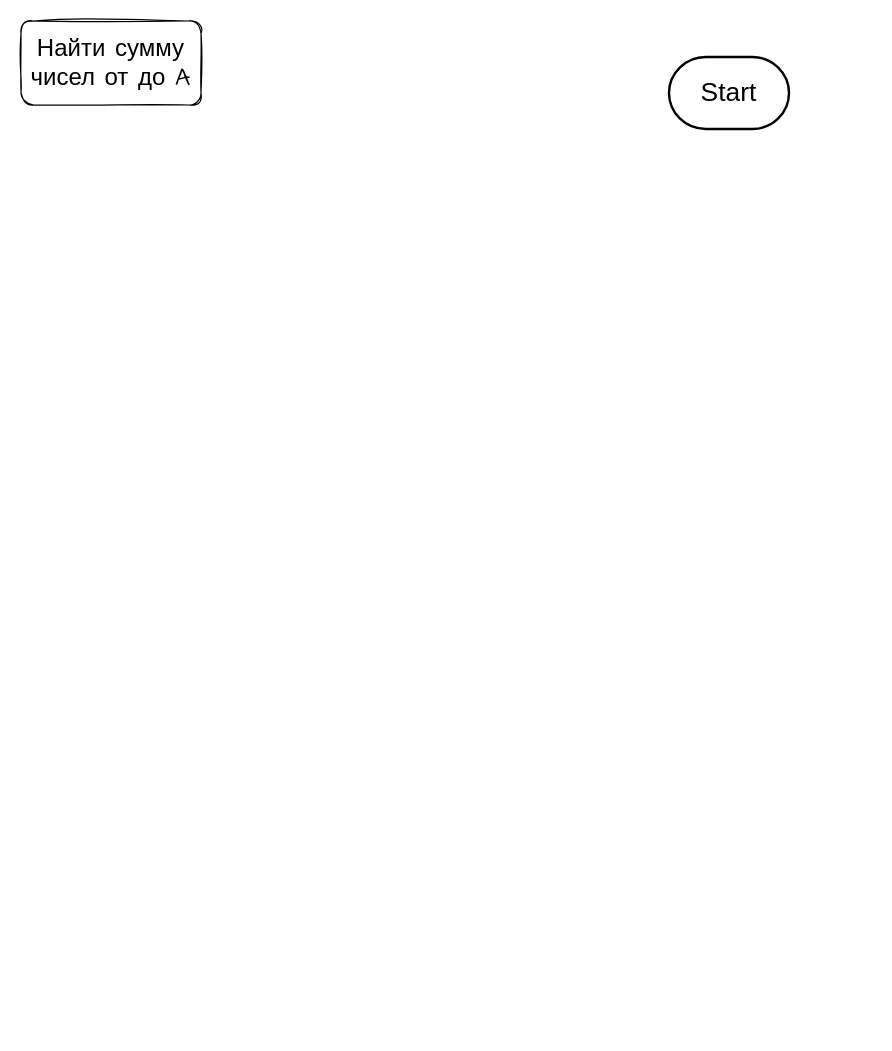
Earlier version of the draw.io diagram Task25FindSumNumbersFrom1ToA/flowchart.drawio (Fostix/LoLTasks). Source tidied: cells renumbered, new cells numbered last; positions are measured from the earlier drawing's top-left corner, leaving out a move shared by most shapes. Both pictures are drawn from the tidied source at 120%, with x=0, y=0 at pixel (20, 20).
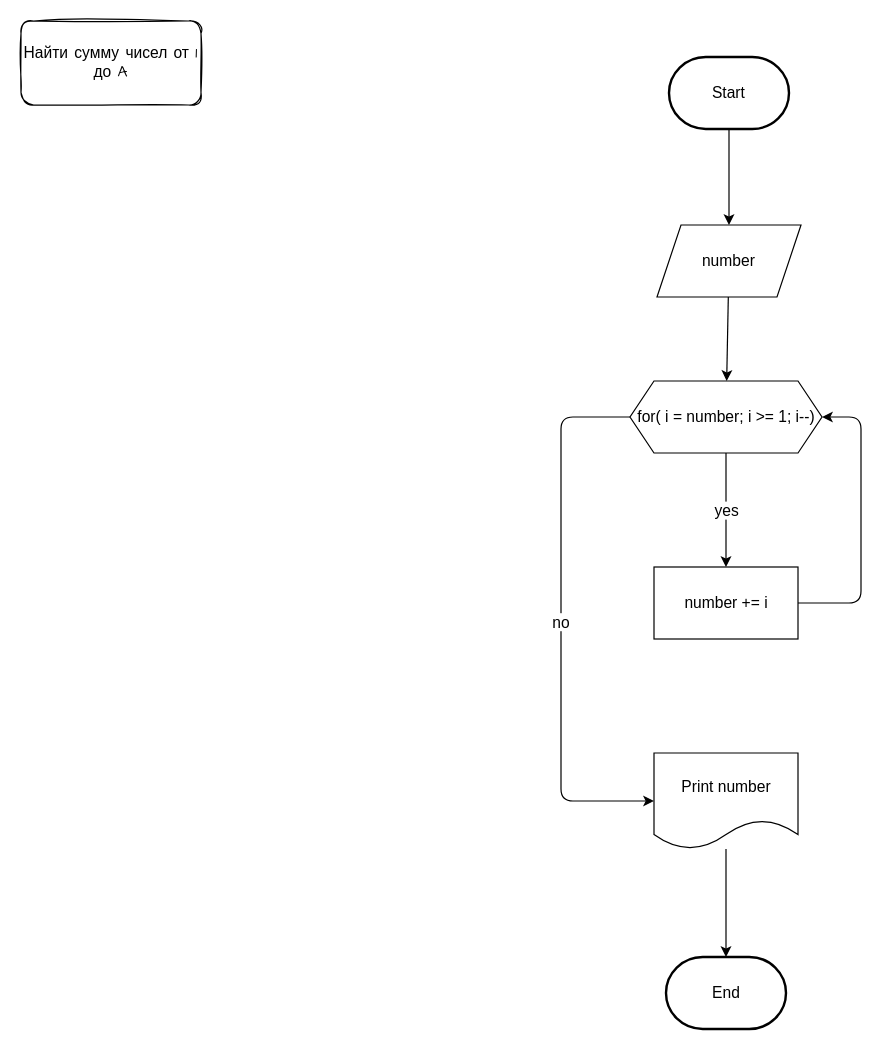
After the change.

Commit message (it also covers changes not shown here):
maked task 25 find sum numbers from 1 to a

Change to the diagram source:
```diff
@@
 <mxGraphModel>
   <root>
     <mxCell id="0" />
     <mxCell id="1" parent="0" />
-    <mxCell id="2" value="Найти сумму чисел от до A" style="rounded=1;whiteSpace=wrap;html=1;hachureGap=4;fontFamily=Architects Daughter;fontSize=20;sketch=1;" parent="1" vertex="1">
+    <mxCell id="2" value="Найти сумму чисел от 1 до A" style="rounded=1;whiteSpace=wrap;html=1;hachureGap=4;fontFamily=Architects Daughter;fontSize=13;sketch=1;" parent="1" vertex="1">
       <mxGeometry width="150" height="70" as="geometry" />
     </mxCell>
+    <mxCell id="4" style="edgeStyle=none;html=1;fontSize=13;" parent="1" edge="1" source="3" target="6">
+      <mxGeometry relative="1" as="geometry" />
+    </mxCell>
-    <mxCell id="3" value="Start" style="strokeWidth=2;html=1;shape=mxgraph.flowchart.terminator;whiteSpace=wrap;fontSize=22;fontStyle=0;horizontal=1;verticalAlign=middle;labelBackgroundColor=none;" parent="1" vertex="1">
+    <mxCell id="3" value="Start" style="strokeWidth=2;html=1;shape=mxgraph.flowchart.terminator;whiteSpace=wrap;fontSize=13;fontStyle=0;horizontal=1;verticalAlign=middle;labelBackgroundColor=none;" parent="1" vertex="1">
       <mxGeometry x="540" y="30" width="100" height="60" as="geometry" />
     </mxCell>
+    <mxCell id="5" style="edgeStyle=none;html=1;fontSize=13;" parent="1" edge="1" source="6" target="9">
+      <mxGeometry relative="1" as="geometry" />
+    </mxCell>
+    <mxCell id="6" value="number" style="shape=parallelogram;perimeter=parallelogramPerimeter;whiteSpace=wrap;html=1;fixedSize=1;fontSize=13;" parent="1" vertex="1">
+      <mxGeometry x="530" y="170" width="120" height="60" as="geometry" />
+    </mxCell>
+    <mxCell id="7" value="yes" style="edgeStyle=none;html=1;fontSize=13;" parent="1" edge="1" source="9" target="11">
+      <mxGeometry relative="1" as="geometry" />
+    </mxCell>
+    <mxCell id="8" value="no" style="edgeStyle=none;html=1;fontSize=13;" parent="1" edge="1" source="9" target="13">
+      <mxGeometry relative="1" as="geometry">
+        <Array as="points">
+          <mxPoint x="450" y="330" />
+          <mxPoint x="450" y="650" />
+        </Array>
+      </mxGeometry>
+    </mxCell>
+    <mxCell id="9" value="for( i = number; i &amp;gt;= 1; i--)" style="shape=hexagon;perimeter=hexagonPerimeter2;whiteSpace=wrap;html=1;fixedSize=1;fontSize=13;" parent="1" vertex="1">
+      <mxGeometry x="507.5" y="300" width="160" height="60" as="geometry" />
+    </mxCell>
+    <mxCell id="10" style="edgeStyle=none;html=1;entryX=1;entryY=0.5;entryDx=0;entryDy=0;fontSize=13;" parent="1" edge="1" source="11" target="9">
+      <mxGeometry relative="1" as="geometry">
+        <Array as="points">
+          <mxPoint x="700" y="485" />
+          <mxPoint x="700" y="330" />
+        </Array>
+      </mxGeometry>
+    </mxCell>
+    <mxCell id="11" value="number += i" style="whiteSpace=wrap;html=1;fontSize=13;" parent="1" vertex="1">
+      <mxGeometry x="527.5" y="455" width="120" height="60" as="geometry" />
+    </mxCell>
+    <mxCell id="12" style="edgeStyle=none;html=1;fontSize=13;" parent="1" edge="1" source="13" target="14">
+      <mxGeometry relative="1" as="geometry" />
+    </mxCell>
+    <mxCell id="13" value="Print number" style="shape=document;whiteSpace=wrap;html=1;boundedLbl=1;fontSize=13;" parent="1" vertex="1">
+      <mxGeometry x="527.5" y="610" width="120" height="80" as="geometry" />
+    </mxCell>
+    <mxCell id="14" value="End" style="strokeWidth=2;html=1;shape=mxgraph.flowchart.terminator;whiteSpace=wrap;fontSize=13;" parent="1" vertex="1">
+      <mxGeometry x="537.5" y="780" width="100" height="60" as="geometry" />
+    </mxCell>
   </root>
 </mxGraphModel>
```
